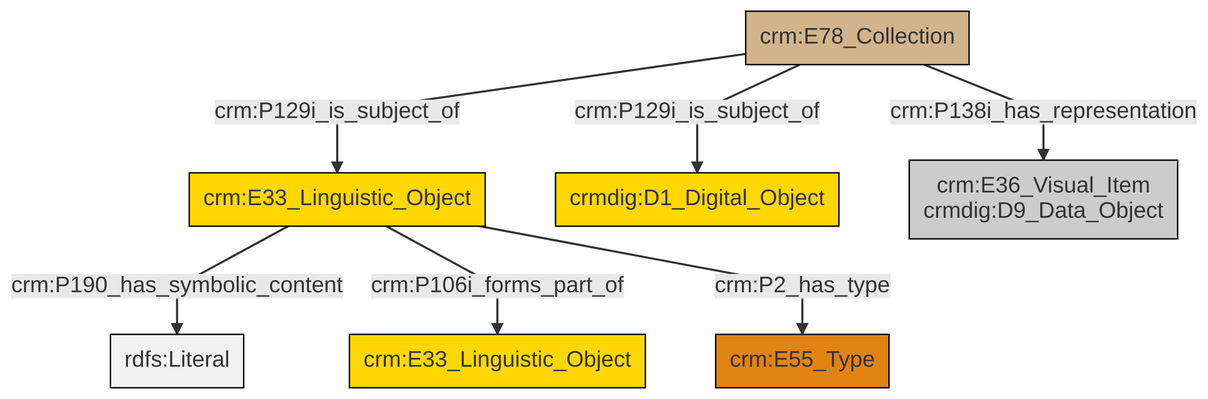
Above: et/archivalCSV/ttl/mmd/png/archival_docs.png in swiss-art-research-net/docs.swissartresearch (Mermaid), before the change. Its source is kept beside it as et/archivalCSV/ttl/mmd/archival_docs.ttl.mmd.
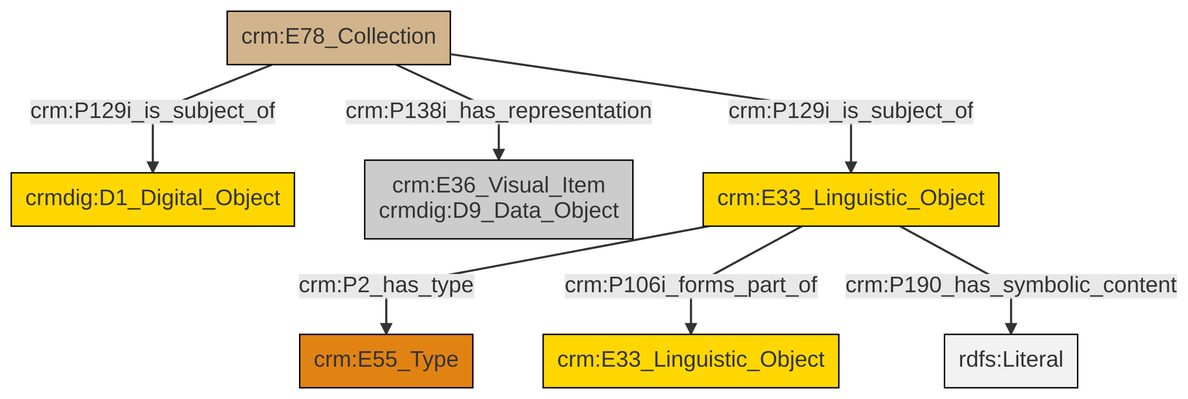
Later version of the same file.

Change to the diagram source:
```diff
@@ -13,9 +13,9 @@
 classDef PC_Classes fill:#4ce600, stroke:#000000;
 classDef Multi fill:#cccccc,stroke:#000000;
 
-2["crm:E33_Linguistic_Object"]:::Conceptual_Object -->|crm:P190_has_symbolic_content| 3[rdfs:Literal]:::Literal
-4["crm:E78_Collection"]:::Physical_Thing -->|crm:P129i_is_subject_of| 5["crmdig:D1_Digital_Object"]:::Conceptual_Object
-2["crm:E33_Linguistic_Object"]:::Conceptual_Object -->|crm:P106i_forms_part_of| 6["crm:E33_Linguistic_Object"]:::Conceptual_Object
-4["crm:E78_Collection"]:::Physical_Thing -->|crm:P138i_has_representation| 8["crm:E36_Visual_Item<br>crmdig:D9_Data_Object"]:::Multi
-2["crm:E33_Linguistic_Object"]:::Conceptual_Object -->|crm:P2_has_type| 0["crm:E55_Type"]:::Type
-4["crm:E78_Collection"]:::Physical_Thing -->|crm:P129i_is_subject_of| 2["crm:E33_Linguistic_Object"]:::Conceptual_Object
+0["crm:E78_Collection"]:::Physical_Thing -->|crm:P129i_is_subject_of| 1["crmdig:D1_Digital_Object"]:::Conceptual_Object
+5["crm:E33_Linguistic_Object"]:::Conceptual_Object -->|crm:P2_has_type| 6["crm:E55_Type"]:::Type
+5["crm:E33_Linguistic_Object"]:::Conceptual_Object -->|crm:P106i_forms_part_of| 9["crm:E33_Linguistic_Object"]:::Conceptual_Object
+5["crm:E33_Linguistic_Object"]:::Conceptual_Object -->|crm:P190_has_symbolic_content| 13[rdfs:Literal]:::Literal
+0["crm:E78_Collection"]:::Physical_Thing -->|crm:P129i_is_subject_of| 5["crm:E33_Linguistic_Object"]:::Conceptual_Object
+0["crm:E78_Collection"]:::Physical_Thing -->|crm:P138i_has_representation| 3["crm:E36_Visual_Item<br>crmdig:D9_Data_Object"]:::Multi
```
